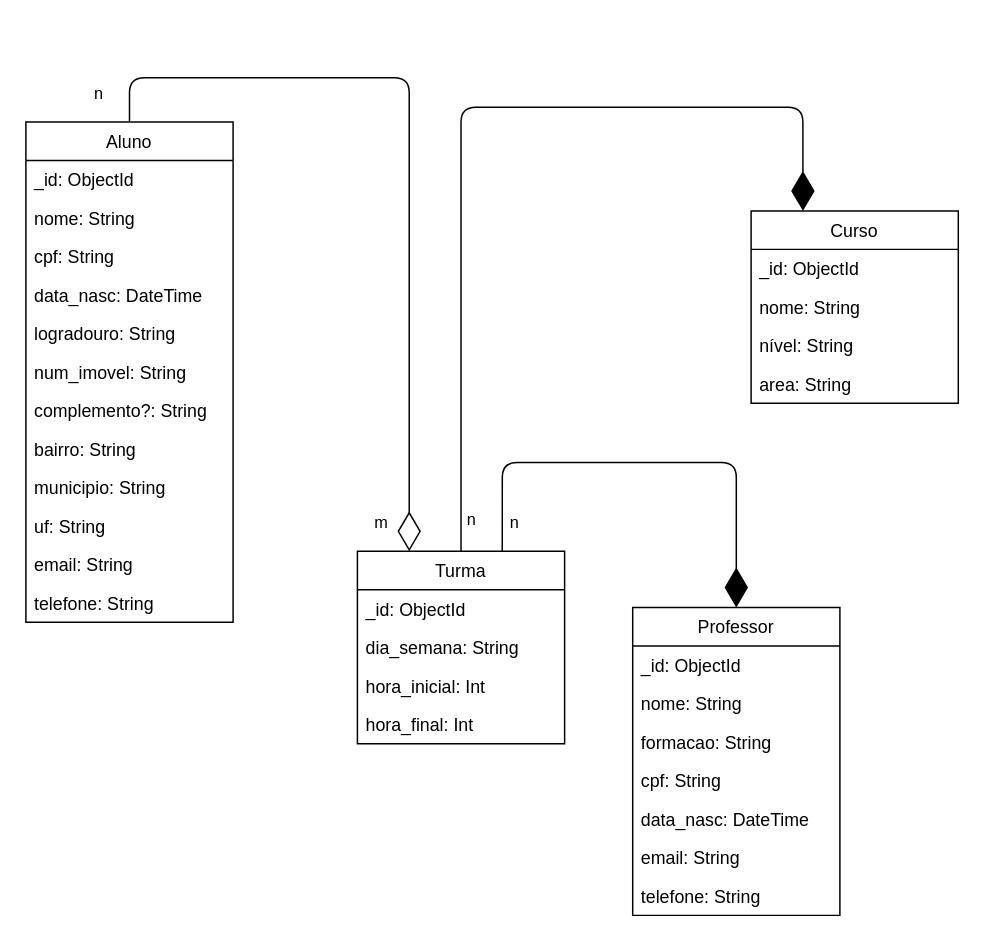
This is docs/modelagem-bd.drawio from marlon-vinicius/bn-not-2023-2, a draw.io file, before an edit. Source tidied: cells renumbered, new cells numbered last; positions are measured from the earlier drawing's top-left corner, leaving out a move shared by most shapes. Both pictures are drawn from the tidied source at 148%, with x=0, y=0 at pixel (25, 77).
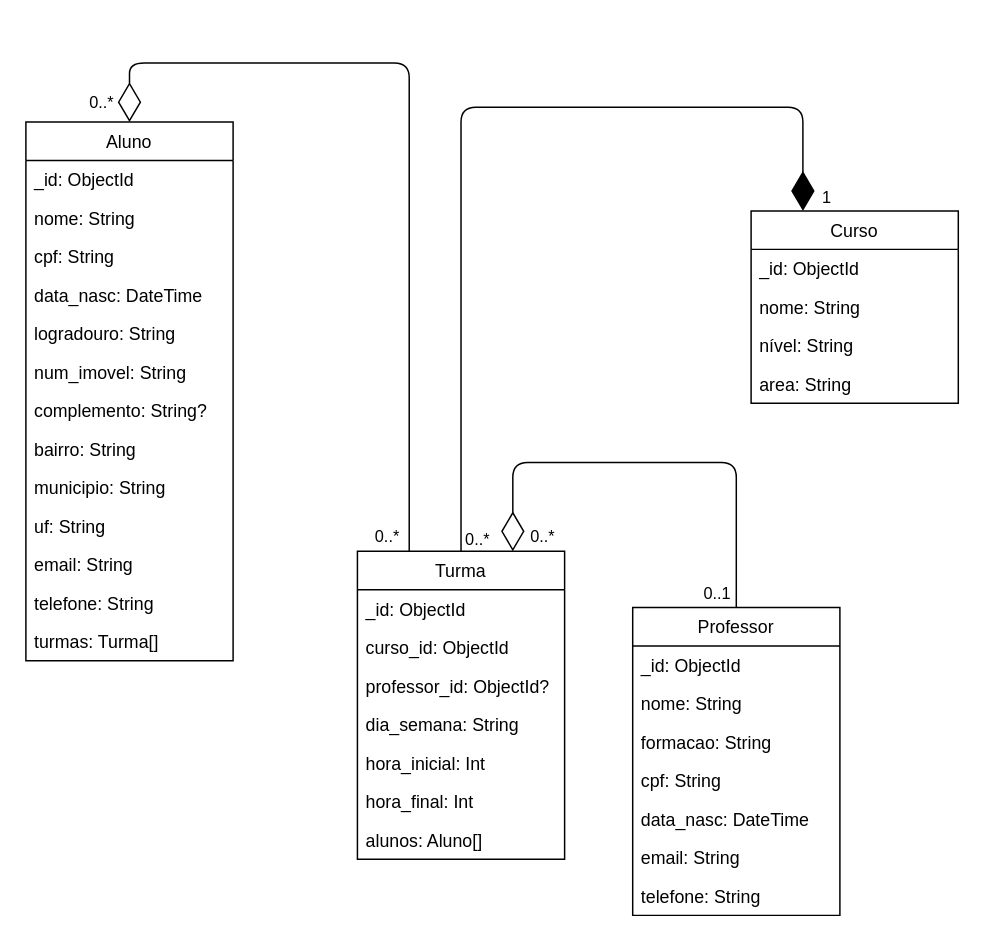
Above is the later version.

Unchanged cells that the change refers to:
```xml
<mxCell id="25" value="Professor" style="swimlane;fontStyle=0;horizontal=1;startSize=26;fillColor=none;" parent="1" vertex="1">
  <mxGeometry x="410" y="358" width="140" height="208" as="geometry" />
</mxCell>
<mxCell id="35" style="endArrow=diamondThin;endFill=1;endSize=24;html=1;entryX=0.25;entryY=0;entryDx=0;entryDy=0;edgeStyle=orthogonalEdgeStyle;exitX=0.5;exitY=0;exitDx=0;exitDy=0;" parent="1" edge="1" source="20" target="15">
  <mxGeometry relative="1" as="geometry">
    <Array as="points">
      <mxPoint x="294" y="20" />
      <mxPoint x="525" y="20" />
    </Array>
  </mxGeometry>
</mxCell>
```

What changed in the source:
```diff
@@
     <mxCell id="2" value="Aluno" style="swimlane;fontStyle=0;horizontal=1;startSize=26;fillColor=none;" parent="1" vertex="1">
-      <mxGeometry y="30" width="140" height="338" as="geometry" />
+      <mxGeometry y="30" width="140" height="364" as="geometry" />
     </mxCell>
@@
-    <mxCell id="9" value="complemento?: String" style="text;strokeColor=none;fillColor=none;align=left;verticalAlign=top;spacingLeft=4;spacingRight=4;overflow=hidden;" parent="2" vertex="1">
+    <mxCell id="9" value="complemento: String?" style="text;strokeColor=none;fillColor=none;align=left;verticalAlign=top;spacingLeft=4;spacingRight=4;overflow=hidden;" parent="2" vertex="1">
       <mxGeometry y="182" width="140" height="26" as="geometry" />
     </mxCell>
@@
+    <mxCell id="40" value="telefone: String" style="text;strokeColor=none;fillColor=none;align=left;verticalAlign=top;spacingLeft=4;spacingRight=4;overflow=hidden;" parent="2" vertex="1">
+      <mxGeometry y="312" width="140" height="26" as="geometry" />
+    </mxCell>
-    <mxCell id="14" value="telefone: String" style="text;strokeColor=none;fillColor=none;align=left;verticalAlign=top;spacingLeft=4;spacingRight=4;overflow=hidden;" parent="2" vertex="1">
-      <mxGeometry y="312" width="140" height="26" as="geometry" />
+    <mxCell id="14" value="turmas: Turma[]" style="text;strokeColor=none;fillColor=none;align=left;verticalAlign=top;spacingLeft=4;spacingRight=4;overflow=hidden;" parent="2" vertex="1">
+      <mxGeometry y="338" width="140" height="26" as="geometry" />
     </mxCell>
@@
     <mxCell id="20" value="Turma" style="swimlane;fontStyle=0;horizontal=1;startSize=26;fillColor=none;" parent="1" vertex="1">
-      <mxGeometry x="224" y="320" width="140" height="130" as="geometry" />
+      <mxGeometry x="224" y="320" width="140" height="208" as="geometry" />
     </mxCell>
@@
+    <mxCell id="24" value="curso_id: ObjectId" style="text;strokeColor=none;fillColor=none;align=left;verticalAlign=top;spacingLeft=4;spacingRight=4;overflow=hidden;" parent="20" vertex="1">
+      <mxGeometry y="52" width="140" height="26" as="geometry" />
+    </mxCell>
+    <mxCell id="41" value="professor_id: ObjectId?" style="text;strokeColor=none;fillColor=none;align=left;verticalAlign=top;spacingLeft=4;spacingRight=4;overflow=hidden;" parent="20" vertex="1">
+      <mxGeometry y="78" width="140" height="26" as="geometry" />
+    </mxCell>
     <mxCell id="22" value="dia_semana: String" style="text;strokeColor=none;fillColor=none;align=left;verticalAlign=top;spacingLeft=4;spacingRight=4;overflow=hidden;" parent="20" vertex="1">
-      <mxGeometry y="52" width="140" height="26" as="geometry" />
+      <mxGeometry y="104" width="140" height="26" as="geometry" />
     </mxCell>
     <mxCell id="23" value="hora_inicial: Int" style="text;strokeColor=none;fillColor=none;align=left;verticalAlign=top;spacingLeft=4;spacingRight=4;overflow=hidden;" parent="20" vertex="1">
-      <mxGeometry y="78" width="140" height="26" as="geometry" />
+      <mxGeometry y="130" width="140" height="26" as="geometry" />
     </mxCell>
-    <mxCell id="24" value="hora_final: Int" style="text;strokeColor=none;fillColor=none;align=left;verticalAlign=top;spacingLeft=4;spacingRight=4;overflow=hidden;" parent="20" vertex="1">
-      <mxGeometry y="104" width="140" height="26" as="geometry" />
-    </mxCell>
+    <mxCell id="42" value="hora_final: Int" style="text;strokeColor=none;fillColor=none;align=left;verticalAlign=top;spacingLeft=4;spacingRight=4;overflow=hidden;" parent="20" vertex="1">
+      <mxGeometry y="156" width="140" height="26" as="geometry" />
+    </mxCell>
+    <mxCell id="43" value="alunos: Aluno[]" style="text;strokeColor=none;fillColor=none;align=left;verticalAlign=top;spacingLeft=4;spacingRight=4;overflow=hidden;" parent="20" vertex="1">
+      <mxGeometry y="182" width="140" height="26" as="geometry" />
+    </mxCell>
@@
-    <mxCell id="33" style="endArrow=diamondThin;endFill=1;endSize=24;html=1;exitX=0.699;exitY=0.002;exitDx=0;exitDy=0;entryX=0.5;entryY=0;entryDx=0;entryDy=0;edgeStyle=orthogonalEdgeStyle;exitPerimeter=0;" parent="1" edge="1" source="20" target="25">
-      <mxGeometry relative="1" as="geometry">
-        <Array as="points">
-          <mxPoint x="321" y="260" />
-          <mxPoint x="480" y="260" />
-        </Array>
-      </mxGeometry>
-    </mxCell>
-    <mxCell id="34" value="n" style="edgeLabel;html=1;align=center;verticalAlign=middle;" parent="33" vertex="1">
-      <mxGeometry x="-0.28" relative="1" as="geometry">
-        <mxPoint x="-46" y="40" as="offset" />
-      </mxGeometry>
-    </mxCell>
@@
-    <mxCell id="36" value="n" style="edgeLabel;html=1;align=center;verticalAlign=middle;" parent="35" vertex="1">
+    <mxCell id="36" value="0..*" style="edgeLabel;html=1;align=center;verticalAlign=middle;" parent="35" vertex="1">
       <mxGeometry x="-0.28" relative="1" as="geometry">
-        <mxPoint x="6" y="194" as="offset" />
+        <mxPoint x="10" y="207" as="offset" />
       </mxGeometry>
     </mxCell>
+    <mxCell id="44" value="1" style="edgeLabel;html=1;align=center;verticalAlign=middle;" parent="35" vertex="1">
+      <mxGeometry x="0.35" relative="1" as="geometry">
+        <mxPoint x="140" y="60" as="offset" />
+      </mxGeometry>
+    </mxCell>
-    <mxCell id="37" style="endArrow=diamondThin;endFill=0;endSize=24;html=1;entryX=0.25;entryY=0;entryDx=0;entryDy=0;exitX=0.5;exitY=0;exitDx=0;exitDy=0;edgeStyle=orthogonalEdgeStyle;" parent="1" edge="1" source="2" target="20">
+    <mxCell id="37" style="endArrow=diamondThin;endFill=0;endSize=24;html=1;entryX=0.5;entryY=0;entryDx=0;entryDy=0;exitX=0.25;exitY=0;exitDx=0;exitDy=0;edgeStyle=orthogonalEdgeStyle;" parent="1" edge="1" source="20" target="2">
       <mxGeometry relative="1" as="geometry">
         <Array as="points">
-          <mxPoint x="70" />
-          <mxPoint x="259" />
+          <mxPoint x="259" y="-10" />
+          <mxPoint x="70" y="-10" />
         </Array>
       </mxGeometry>
     </mxCell>
-    <mxCell id="38" value="n" style="edgeLabel;html=1;align=center;verticalAlign=middle;" parent="37" vertex="1">
+    <mxCell id="38" value="0..*" style="edgeLabel;html=1;align=center;verticalAlign=middle;" parent="37" vertex="1">
       <mxGeometry x="-0.52" relative="1" as="geometry">
-        <mxPoint x="-121" y="10" as="offset" />
+        <mxPoint x="-209" y="-170" as="offset" />
       </mxGeometry>
     </mxCell>
-    <mxCell id="39" value="m" style="edgeLabel;html=1;align=center;verticalAlign=middle;" parent="37" vertex="1">
-      <mxGeometry x="-0.58" relative="1" as="geometry">
-        <mxPoint x="86" y="300" as="offset" />
-      </mxGeometry>
-    </mxCell>
+    <mxCell id="45" value="0..*" style="edgeLabel;html=1;align=center;verticalAlign=middle;" parent="1" vertex="1">
+      <mxGeometry x="70" y="60" as="geometry">
+        <mxPoint x="173" y="249" as="offset" />
+      </mxGeometry>
+    </mxCell>
+    <mxCell id="46" style="endArrow=diamondThin;endFill=0;endSize=24;html=1;entryX=0.75;entryY=0;entryDx=0;entryDy=0;exitX=0.5;exitY=0;exitDx=0;exitDy=0;edgeStyle=orthogonalEdgeStyle;" parent="1" edge="1" source="25" target="20">
+      <mxGeometry relative="1" as="geometry">
+        <Array as="points">
+          <mxPoint x="480" y="260" />
+          <mxPoint x="329" y="260" />
+        </Array>
+      </mxGeometry>
+    </mxCell>
+    <mxCell id="47" value="0..*" style="edgeLabel;html=1;align=center;verticalAlign=middle;" parent="46" vertex="1">
+      <mxGeometry x="0.23" relative="1" as="geometry">
+        <mxPoint x="-40" y="49" as="offset" />
+      </mxGeometry>
+    </mxCell>
+    <mxCell id="48" value="0..1" style="edgeLabel;html=1;align=center;verticalAlign=middle;" parent="1" vertex="1">
+      <mxGeometry x="466" y="348" as="geometry" />
+    </mxCell>
```
